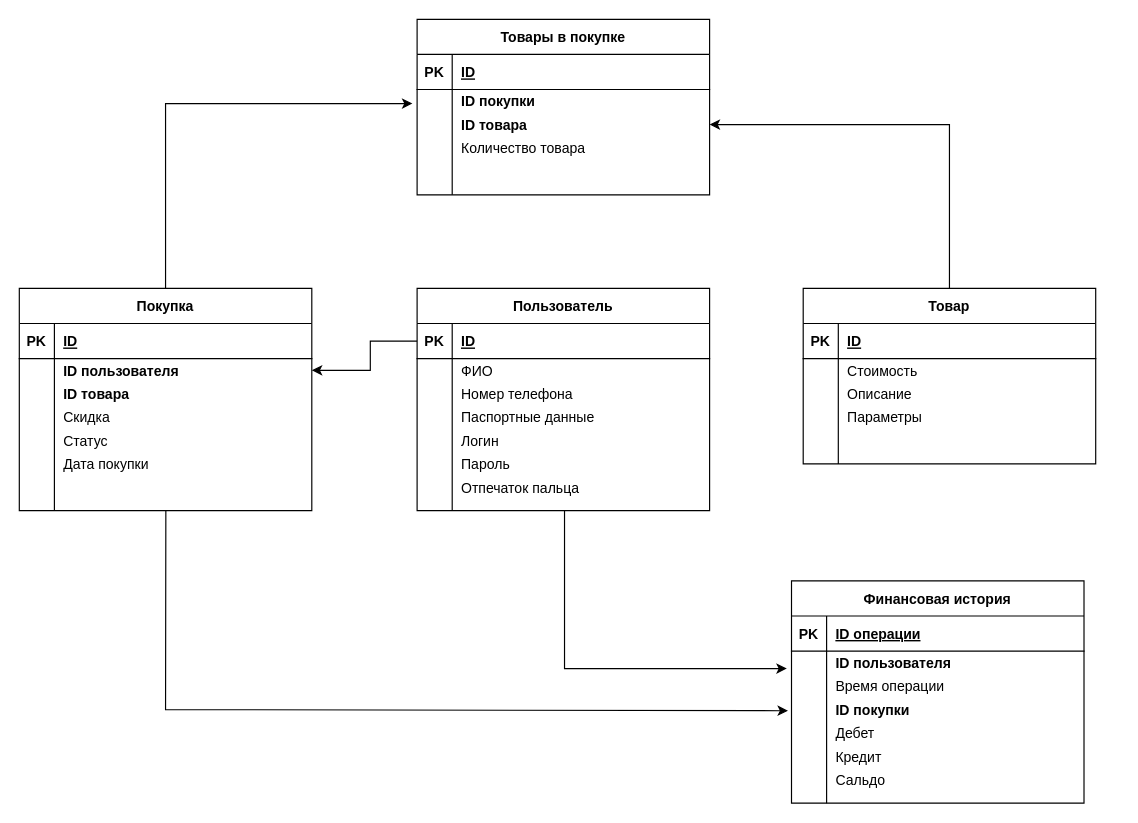
Before: Mobile/er_diagram.drawio in SweetRollxd/AMI_1st_sem, a draw.io diagram. Source tidied: cells renumbered, new cells numbered last; positions are measured from the earlier drawing's top-left corner, leaving out a move shared by most shapes. Both pictures are drawn from the tidied source at 117%, with x=0, y=0 at pixel (19, 19).
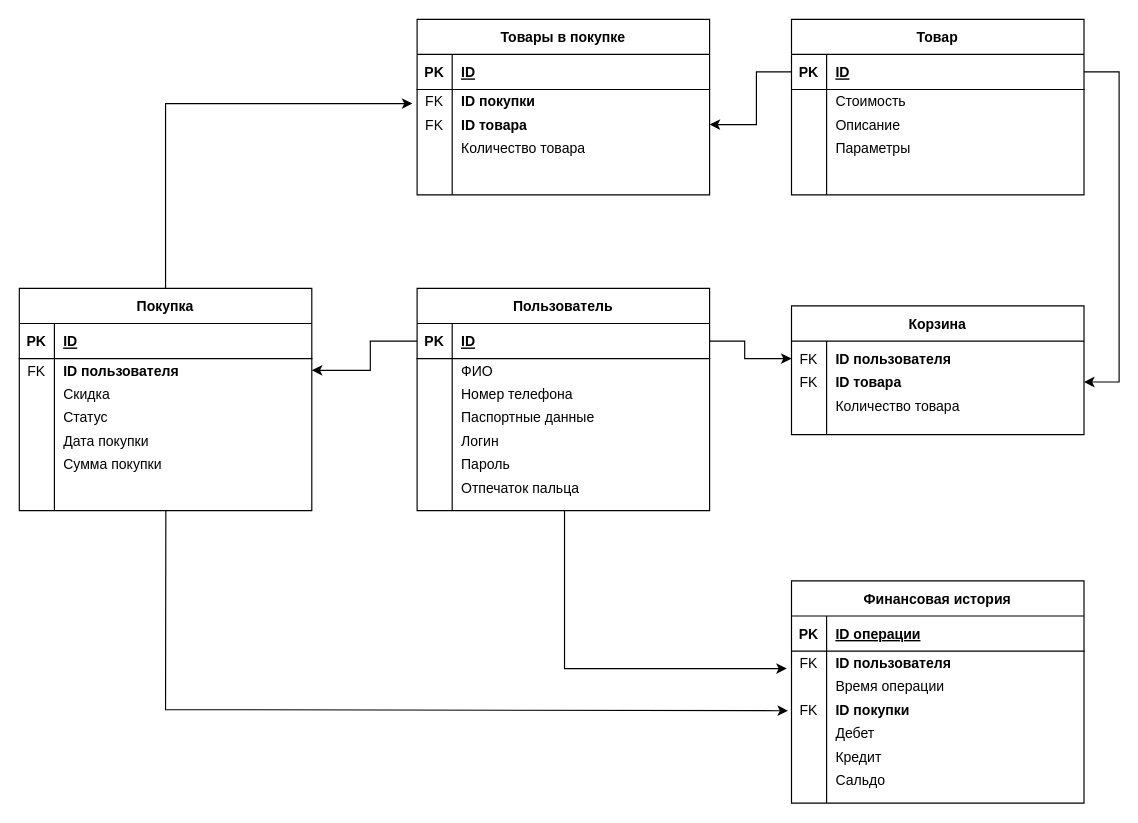
Above is the later version.

The change refers to these unchanged cells:
```xml
<mxCell id="3" style="shape=partialRectangle;fillColor=none;points=[[0,0.5],[1,0.5]];portConstraint=eastwest;top=0;left=0;right=0;bottom=1;" parent="2" vertex="1">
  <mxGeometry y="30" width="250" height="30" as="geometry" />
</mxCell>
<mxCell id="28" style="shape=partialRectangle;fillColor=none;points=[[0,0.5],[1,0.5]];portConstraint=eastwest;top=0;left=0;right=0;bottom=1;" parent="27" vertex="1">
  <mxGeometry y="30" width="250" height="30" as="geometry" />
</mxCell>
```

Change to the diagram source:
```diff
@@
     <mxCell id="2" value="Товар" style="shape=table;startSize=30;childLayout=tableLayout;rowLines=0;fontStyle=1;align=center;" parent="1" vertex="1">
-      <mxGeometry x="670" y="230" width="250" height="150" as="geometry" />
+      <mxGeometry x="660" width="250" height="150" as="geometry" />
     </mxCell>
@@
     <mxCell id="19" value="Параметры" style="shape=partialRectangle;overflow=hidden;fillColor=none;top=0;left=0;bottom=0;right=0;align=left;spacingLeft=6;" parent="1" vertex="1">
-      <mxGeometry x="700" y="330" width="220" height="20" as="geometry" />
+      <mxGeometry x="690" y="100" width="220" height="20" as="geometry" />
     </mxCell>
     <mxCell id="20" value="Стоимость" style="shape=partialRectangle;overflow=hidden;fillColor=none;top=0;left=0;bottom=0;right=0;align=left;spacingLeft=6;" parent="1" vertex="1">
-      <mxGeometry x="700" y="290" width="220" height="20" as="geometry" />
+      <mxGeometry x="690" y="60" width="220" height="20" as="geometry" />
     </mxCell>
     <mxCell id="21" value="Описание" style="shape=partialRectangle;overflow=hidden;fillColor=none;top=0;left=0;bottom=0;right=0;align=left;spacingLeft=6;" parent="1" vertex="1">
-      <mxGeometry x="700" y="310" width="220" height="20" as="geometry" />
+      <mxGeometry x="690" y="80" width="220" height="20" as="geometry" />
     </mxCell>
@@
     <mxCell id="47" value="Скидка" style="shape=partialRectangle;overflow=hidden;fillColor=none;top=0;left=0;bottom=0;right=0;align=left;spacingLeft=6;" parent="1" vertex="1">
-      <mxGeometry x="30" y="330" width="220" height="20" as="geometry" />
+      <mxGeometry x="30" y="310" width="220" height="20" as="geometry" />
     </mxCell>
@@
     <mxCell id="49" value="Дата покупки" style="shape=partialRectangle;overflow=hidden;fillColor=none;top=0;left=0;bottom=0;right=0;align=left;spacingLeft=6;" parent="1" vertex="1">
-      <mxGeometry x="30" y="370" width="220" height="20" as="geometry" />
+      <mxGeometry x="30" y="350" width="220" height="20" as="geometry" />
     </mxCell>
@@
-    <mxCell id="52" value="ID товара" style="shape=partialRectangle;overflow=hidden;fillColor=none;top=0;left=0;bottom=0;right=0;align=left;spacingLeft=6;fontStyle=1;" parent="1" vertex="1">
-      <mxGeometry x="30" y="310" width="220" height="20" as="geometry" />
+    <mxCell id="52" value="Сумма покупки" style="shape=partialRectangle;overflow=hidden;fillColor=none;top=0;left=0;bottom=0;right=0;align=left;spacingLeft=6;fontStyle=0;" parent="1" vertex="1">
+      <mxGeometry x="30" y="370" width="220" height="20" as="geometry" />
     </mxCell>
@@
-    <mxCell id="68" style="endArrow=classic;startArrow=none;html=1;rounded=0;exitX=0.5;exitY=0;exitDx=0;exitDy=0;startFill=0;" parent="1" edge="1" source="2">
+    <mxCell id="68" style="endArrow=classic;startArrow=none;html=1;rounded=0;exitX=0;exitY=0.5;exitDx=0;exitDy=0;startFill=0;" parent="1" edge="1" source="3">
       <mxGeometry relative="1" as="geometry">
         <mxPoint x="590" y="90" as="targetPoint" />
         <Array as="points">
-          <mxPoint x="795" y="90" />
+          <mxPoint x="630" y="45" />
+          <mxPoint x="630" y="90" />
         </Array>
       </mxGeometry>
     </mxCell>
     <mxCell id="69" value="Статус" style="shape=partialRectangle;overflow=hidden;fillColor=none;top=0;left=0;bottom=0;right=0;align=left;spacingLeft=6;" parent="1" vertex="1">
-      <mxGeometry x="30" y="350" width="220" height="20" as="geometry" />
+      <mxGeometry x="30" y="330" width="220" height="20" as="geometry" />
     </mxCell>
@@
+    <mxCell id="71" value="FK" style="shape=partialRectangle;overflow=hidden;fillColor=none;top=0;left=0;bottom=0;right=0;fontStyle=0;" parent="1" vertex="1">
+      <mxGeometry y="290" width="30" height="20" as="geometry" />
+    </mxCell>
+    <mxCell id="72" value="FK" style="shape=partialRectangle;overflow=hidden;fillColor=none;top=0;left=0;bottom=0;right=0;fontStyle=0;" parent="1" vertex="1">
+      <mxGeometry x="660" y="540" width="30" height="20" as="geometry" />
+    </mxCell>
+    <mxCell id="73" value="FK" style="shape=partialRectangle;overflow=hidden;fillColor=none;top=0;left=0;bottom=0;right=0;fontStyle=0;" parent="1" vertex="1">
+      <mxGeometry x="660" y="580" width="30" height="20" as="geometry" />
+    </mxCell>
+    <mxCell id="74" value="FK" style="shape=partialRectangle;overflow=hidden;fillColor=none;top=0;left=0;bottom=0;right=0;fontStyle=0;" parent="1" vertex="1">
+      <mxGeometry x="340" y="60" width="30" height="20" as="geometry" />
+    </mxCell>
+    <mxCell id="75" value="FK" style="shape=partialRectangle;overflow=hidden;fillColor=none;top=0;left=0;bottom=0;right=0;fontStyle=0;" parent="1" vertex="1">
+      <mxGeometry x="340" y="80" width="30" height="20" as="geometry" />
+    </mxCell>
+    <mxCell id="76" value="Корзина" style="shape=table;startSize=30;childLayout=tableLayout;rowLines=0;fontStyle=1;align=center;" parent="1" vertex="1">
+      <mxGeometry x="660" y="245" width="250" height="110" as="geometry" />
+    </mxCell>
+    <mxCell id="77" style="shape=partialRectangle;fillColor=none;top=0;left=0;right=0;bottom=0;" parent="76" vertex="1">
+      <mxGeometry y="30" width="250" height="40" as="geometry" />
+    </mxCell>
+    <mxCell id="78" style="shape=partialRectangle;overflow=hidden;fillColor=none;top=0;left=0;bottom=0;right=0;" parent="77" vertex="1">
+      <mxGeometry width="30" height="40" as="geometry" />
+    </mxCell>
+    <mxCell id="79" style="shape=partialRectangle;overflow=hidden;fillColor=none;top=0;left=0;bottom=0;right=0;align=left;spacingLeft=6;" parent="77" vertex="1">
+      <mxGeometry x="30" width="220" height="40" as="geometry" />
+    </mxCell>
+    <mxCell id="80" style="shape=partialRectangle;fillColor=none;top=0;left=0;right=0;bottom=0;" parent="76" vertex="1">
+      <mxGeometry y="70" width="250" height="40" as="geometry" />
+    </mxCell>
+    <mxCell id="81" style="shape=partialRectangle;overflow=hidden;fillColor=none;top=0;left=0;bottom=0;right=0;" parent="80" vertex="1">
+      <mxGeometry width="30" height="40" as="geometry" />
+    </mxCell>
+    <mxCell id="82" style="shape=partialRectangle;overflow=hidden;fillColor=none;top=0;left=0;bottom=0;right=0;align=left;spacingLeft=6;" parent="80" vertex="1">
+      <mxGeometry x="30" width="220" height="40" as="geometry" />
+    </mxCell>
+    <mxCell id="83" value="ID товара" style="shape=partialRectangle;overflow=hidden;fillColor=none;top=0;left=0;bottom=0;right=0;align=left;spacingLeft=6;fontStyle=1;" parent="1" vertex="1">
+      <mxGeometry x="690" y="300" width="220" height="20" as="geometry" />
+    </mxCell>
+    <mxCell id="84" value="ID пользователя" style="shape=partialRectangle;overflow=hidden;fillColor=none;top=0;left=0;bottom=0;right=0;align=left;spacingLeft=6;fontStyle=1;" parent="1" vertex="1">
+      <mxGeometry x="690" y="280" width="220" height="20" as="geometry" />
+    </mxCell>
+    <mxCell id="85" value="Количество товара" style="shape=partialRectangle;overflow=hidden;fillColor=none;top=0;left=0;bottom=0;right=0;align=left;spacingLeft=6;" parent="1" vertex="1">
+      <mxGeometry x="690" y="320" width="220" height="20" as="geometry" />
+    </mxCell>
+    <mxCell id="86" value="FK" style="shape=partialRectangle;overflow=hidden;fillColor=none;top=0;left=0;bottom=0;right=0;fontStyle=0;" parent="1" vertex="1">
+      <mxGeometry x="660" y="280" width="30" height="20" as="geometry" />
+    </mxCell>
+    <mxCell id="87" value="FK" style="shape=partialRectangle;overflow=hidden;fillColor=none;top=0;left=0;bottom=0;right=0;fontStyle=0;" parent="1" vertex="1">
+      <mxGeometry x="660" y="300" width="30" height="20" as="geometry" />
+    </mxCell>
+    <mxCell id="88" style="endArrow=classic;startArrow=none;html=1;rounded=0;exitX=1;exitY=0.5;exitDx=0;exitDy=0;startFill=0;" parent="1" edge="1" source="28">
+      <mxGeometry relative="1" as="geometry">
+        <mxPoint x="660" y="290" as="targetPoint" />
+        <Array as="points">
+          <mxPoint x="620" y="275" />
+          <mxPoint x="620" y="290" />
+        </Array>
+      </mxGeometry>
+    </mxCell>
+    <mxCell id="89" style="endArrow=none;startArrow=classic;html=1;rounded=0;entryX=1;entryY=0.5;entryDx=0;entryDy=0;startFill=1;endFill=0;" parent="1" edge="1" target="3">
+      <mxGeometry relative="1" as="geometry">
+        <mxPoint x="910" y="310" as="sourcePoint" />
+        <Array as="points">
+          <mxPoint x="940" y="310" />
+          <mxPoint x="940" y="170" />
+          <mxPoint x="940" y="45" />
+        </Array>
+      </mxGeometry>
+    </mxCell>
```
